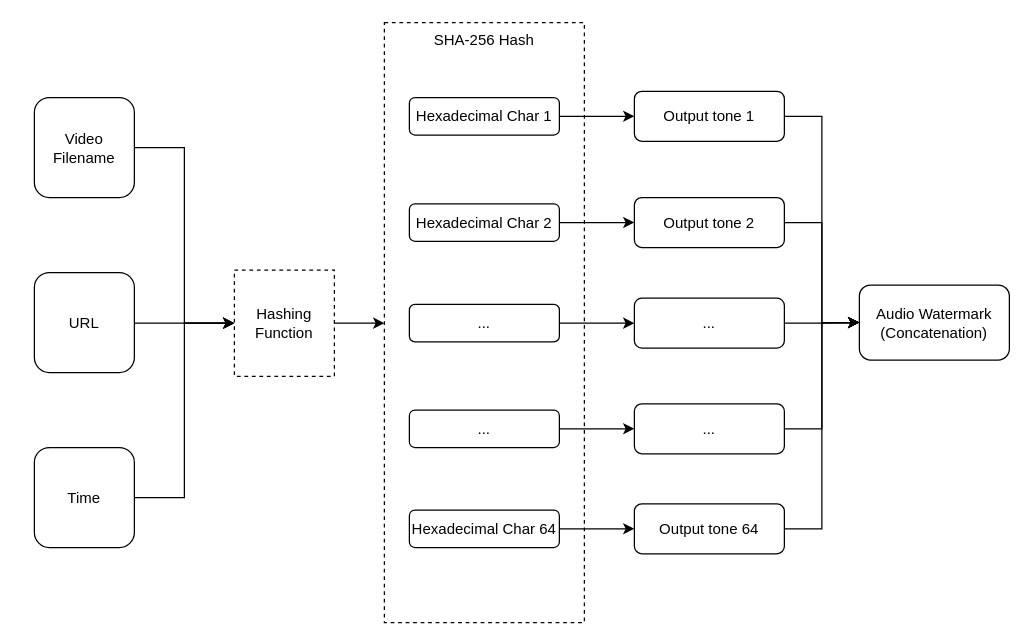
This is page "Page-3" (3 of 3) of Diagrams/Ultrasound generation algo.drawio from gerald-lnj/audio-fingerprinting-fyp, a draw.io file, before an edit. Source tidied: cells renumbered, new cells numbered last; positions are measured from the earlier drawing's top-left corner, leaving out a move shared by most shapes. Both pictures are drawn from the tidied source at 125%, with x=0, y=0 at pixel (34, 22).
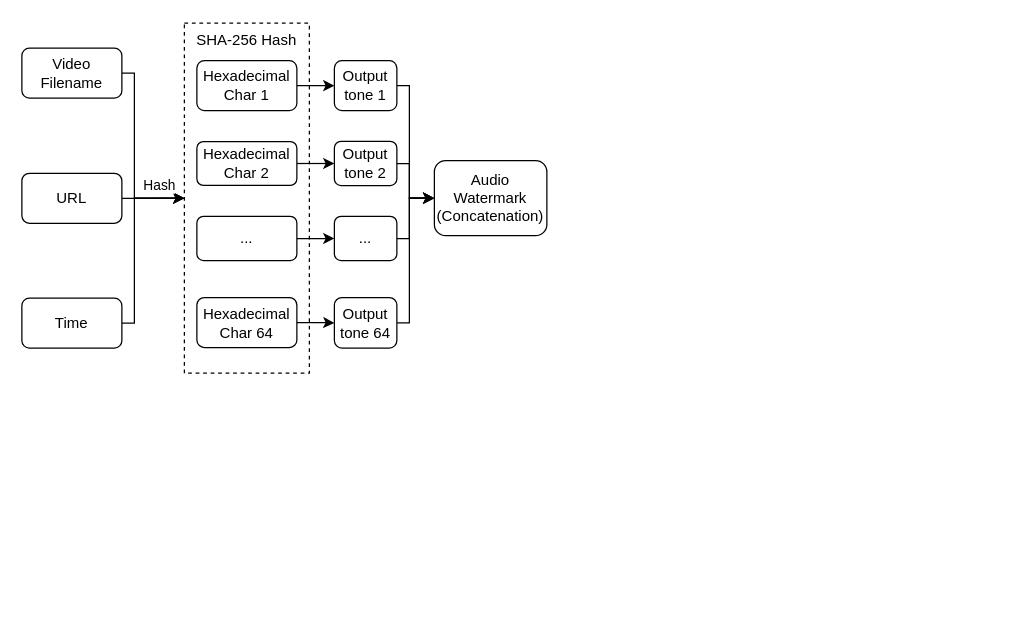
After the change.

The edit, as a diff of the source:
```diff
@@
     <mxCell id="2" value="SHA-256 Hash" style="rounded=0;whiteSpace=wrap;html=1;fontColor=#000000;verticalAlign=top;dashed=1;" parent="1" vertex="1">
-      <mxGeometry x="280" y="-0.5" width="160" height="480" as="geometry" />
+      <mxGeometry x="120" width="100" height="280" as="geometry" />
     </mxCell>
-    <mxCell id="3" style="edgeStyle=orthogonalEdgeStyle;rounded=0;jettySize=auto;html=1;labelBackgroundColor=none;fontColor=#000000;" parent="1" edge="1" source="4" target="6">
+    <mxCell id="3" style="edgeStyle=orthogonalEdgeStyle;rounded=0;jettySize=auto;html=1;entryX=0;entryY=0.5;entryDx=0;entryDy=0;" parent="1" edge="1" source="4" target="6">
       <mxGeometry relative="1" as="geometry" />
     </mxCell>
-    <mxCell id="4" value="Hexadecimal Char 1&lt;br&gt;" style="rounded=1;whiteSpace=wrap;html=1;" parent="1" vertex="1">
-      <mxGeometry x="300" y="59.5" width="120" height="30" as="geometry" />
+    <mxCell id="4" value="Hexadecimal&lt;br&gt;Char 1" style="rounded=1;whiteSpace=wrap;html=1;" parent="1" vertex="1">
+      <mxGeometry x="130" y="30" width="80" height="40" as="geometry" />
     </mxCell>
     <mxCell id="5" style="edgeStyle=orthogonalEdgeStyle;rounded=0;jettySize=auto;html=1;entryX=0;entryY=0.5;entryDx=0;entryDy=0;labelBackgroundColor=none;fontColor=#000000;" parent="1" edge="1" source="6" target="29">
-      <mxGeometry relative="1" as="geometry" />
+      <mxGeometry relative="1" as="geometry">
+        <Array as="points">
+          <mxPoint x="300" y="50" />
+          <mxPoint x="300" y="140" />
+        </Array>
+      </mxGeometry>
     </mxCell>
-    <mxCell id="6" value="Output tone 1" style="rounded=1;whiteSpace=wrap;html=1;" parent="1" vertex="1">
-      <mxGeometry x="480" y="54.5" width="120" height="40" as="geometry" />
+    <mxCell id="6" value="Output&lt;br&gt;tone 1" style="rounded=1;whiteSpace=wrap;html=1;" parent="1" vertex="1">
+      <mxGeometry x="240" y="30" width="50" height="40" as="geometry" />
     </mxCell>
-    <mxCell id="7" style="edgeStyle=orthogonalEdgeStyle;rounded=0;jettySize=auto;html=1;entryX=0;entryY=0.5;entryDx=0;entryDy=0;labelBackgroundColor=none;fontColor=#000000;" parent="1" edge="1" source="8" target="31">
-      <mxGeometry relative="1" as="geometry" />
-    </mxCell>
+    <mxCell id="32" style="edgeStyle=orthogonalEdgeStyle;rounded=0;jettySize=auto;html=1;entryX=0;entryY=0.5;entryDx=0;entryDy=0;" parent="1" edge="1" source="8" target="2">
+      <mxGeometry relative="1" as="geometry">
+        <Array as="points">
+          <mxPoint x="80" y="40" />
+          <mxPoint x="80" y="140" />
+        </Array>
+      </mxGeometry>
+    </mxCell>
     <mxCell id="8" value="Video Filename" style="rounded=1;whiteSpace=wrap;html=1;fontColor=#000000;" parent="1" vertex="1">
-      <mxGeometry y="59.5" width="80" height="80" as="geometry" />
+      <mxGeometry x="-10" y="20" width="80" height="40" as="geometry" />
     </mxCell>
-    <mxCell id="9" style="edgeStyle=orthogonalEdgeStyle;rounded=0;jettySize=auto;html=1;entryX=0;entryY=0.5;entryDx=0;entryDy=0;labelBackgroundColor=none;fontColor=#000000;" parent="1" edge="1" source="10" target="31">
-      <mxGeometry relative="1" as="geometry" />
-    </mxCell>
+    <mxCell id="33" style="edgeStyle=orthogonalEdgeStyle;rounded=0;jettySize=auto;html=1;entryX=0;entryY=0.5;entryDx=0;entryDy=0;" parent="1" edge="1" source="10" target="2">
+      <mxGeometry relative="1" as="geometry">
+        <Array as="points">
+          <mxPoint x="80" y="240" />
+          <mxPoint x="80" y="140" />
+        </Array>
+      </mxGeometry>
+    </mxCell>
     <mxCell id="10" value="Time" style="rounded=1;whiteSpace=wrap;html=1;fontColor=#000000;" parent="1" vertex="1">
-      <mxGeometry y="339.5" width="80" height="80" as="geometry" />
+      <mxGeometry x="-10" y="220" width="80" height="40" as="geometry" />
     </mxCell>
-    <mxCell id="11" style="edgeStyle=orthogonalEdgeStyle;rounded=0;jettySize=auto;html=1;entryX=0;entryY=0.5;entryDx=0;entryDy=0;labelBackgroundColor=none;fontColor=#000000;" parent="1" edge="1" source="12" target="31">
-      <mxGeometry relative="1" as="geometry">
-        <Array as="points">
-          <mxPoint x="120" y="240.5" />
-        </Array>
-      </mxGeometry>
-    </mxCell>
+    <mxCell id="34" value="Hash" style="edgeStyle=orthogonalEdgeStyle;rounded=0;jettySize=auto;html=1;entryX=0;entryY=0.5;entryDx=0;entryDy=0;" parent="1" edge="1" source="12" target="2">
+      <mxGeometry x="0.2" y="10" relative="1" as="geometry" />
+    </mxCell>
     <mxCell id="12" value="URL" style="rounded=1;whiteSpace=wrap;html=1;fontColor=#000000;" parent="1" vertex="1">
-      <mxGeometry y="199.5" width="80" height="80" as="geometry" />
+      <mxGeometry x="-10" y="120.1" width="80" height="40" as="geometry" />
     </mxCell>
@@
-    <mxCell id="14" value="Hexadecimal Char 2" style="rounded=1;whiteSpace=wrap;html=1;fontColor=#000000;" parent="1" vertex="1">
-      <mxGeometry x="300" y="144.5" width="120" height="30" as="geometry" />
+    <mxCell id="14" value="Hexadecimal&lt;br&gt;Char 2" style="rounded=1;whiteSpace=wrap;html=1;fontColor=#000000;" parent="1" vertex="1">
+      <mxGeometry x="130" y="94.8" width="80" height="35" as="geometry" />
     </mxCell>
@@
     <mxCell id="16" value="..." style="rounded=1;whiteSpace=wrap;html=1;fontColor=#000000;" parent="1" vertex="1">
-      <mxGeometry x="300" y="225" width="120" height="30" as="geometry" />
+      <mxGeometry x="130" y="154.5" width="80" height="35.5" as="geometry" />
     </mxCell>
-    <mxCell id="17" style="edgeStyle=orthogonalEdgeStyle;rounded=0;jettySize=auto;html=1;labelBackgroundColor=none;fontColor=#000000;" parent="1" edge="1" source="18" target="24">
-      <mxGeometry relative="1" as="geometry" />
-    </mxCell>
-    <mxCell id="18" value="..." style="rounded=1;whiteSpace=wrap;html=1;fontColor=#000000;" parent="1" vertex="1">
-      <mxGeometry x="300" y="309.5" width="120" height="30" as="geometry" />
-    </mxCell>
@@
-    <mxCell id="20" value="Hexadecimal Char 64" style="rounded=1;whiteSpace=wrap;html=1;fontColor=#000000;" parent="1" vertex="1">
-      <mxGeometry x="300" y="389.5" width="120" height="30" as="geometry" />
+    <mxCell id="20" value="Hexadecimal&lt;br&gt;Char 64" style="rounded=1;whiteSpace=wrap;html=1;fontColor=#000000;" parent="1" vertex="1">
+      <mxGeometry x="130" y="219.5" width="80" height="40" as="geometry" />
     </mxCell>
     <mxCell id="21" style="edgeStyle=orthogonalEdgeStyle;rounded=0;jettySize=auto;html=1;entryX=0;entryY=0.5;entryDx=0;entryDy=0;labelBackgroundColor=none;fontColor=#000000;" parent="1" edge="1" source="22" target="29">
-      <mxGeometry relative="1" as="geometry" />
+      <mxGeometry relative="1" as="geometry">
+        <Array as="points">
+          <mxPoint x="300" y="240" />
+          <mxPoint x="300" y="140" />
+        </Array>
+      </mxGeometry>
     </mxCell>
-    <mxCell id="22" value="Output tone 64" style="rounded=1;whiteSpace=wrap;html=1;" parent="1" vertex="1">
-      <mxGeometry x="480" y="384.5" width="120" height="40" as="geometry" />
+    <mxCell id="22" value="Output&lt;br&gt;tone 64" style="rounded=1;whiteSpace=wrap;html=1;" parent="1" vertex="1">
+      <mxGeometry x="240" y="219.5" width="50" height="40.5" as="geometry" />
     </mxCell>
-    <mxCell id="23" style="edgeStyle=orthogonalEdgeStyle;rounded=0;jettySize=auto;html=1;entryX=0;entryY=0.5;entryDx=0;entryDy=0;labelBackgroundColor=none;fontColor=#000000;" parent="1" edge="1" source="24" target="29">
-      <mxGeometry relative="1" as="geometry" />
-    </mxCell>
-    <mxCell id="24" value="..." style="rounded=1;whiteSpace=wrap;html=1;" parent="1" vertex="1">
-      <mxGeometry x="480" y="304.5" width="120" height="40" as="geometry" />
-    </mxCell>
     <mxCell id="25" style="edgeStyle=orthogonalEdgeStyle;rounded=0;jettySize=auto;html=1;entryX=0;entryY=0.5;entryDx=0;entryDy=0;labelBackgroundColor=none;fontColor=#000000;" parent="1" edge="1" source="26" target="29">
-      <mxGeometry relative="1" as="geometry" />
+      <mxGeometry relative="1" as="geometry">
+        <Array as="points">
+          <mxPoint x="300" y="172" />
+          <mxPoint x="300" y="140" />
+        </Array>
+      </mxGeometry>
     </mxCell>
     <mxCell id="26" value="..." style="rounded=1;whiteSpace=wrap;html=1;" parent="1" vertex="1">
-      <mxGeometry x="480" y="220" width="120" height="40" as="geometry" />
+      <mxGeometry x="240" y="154.5" width="50" height="35.5" as="geometry" />
     </mxCell>
     <mxCell id="27" style="edgeStyle=orthogonalEdgeStyle;rounded=0;jettySize=auto;html=1;entryX=0;entryY=0.5;entryDx=0;entryDy=0;labelBackgroundColor=none;fontColor=#000000;" parent="1" edge="1" source="28" target="29">
-      <mxGeometry relative="1" as="geometry" />
+      <mxGeometry relative="1" as="geometry">
+        <Array as="points">
+          <mxPoint x="300" y="112" />
+          <mxPoint x="300" y="140" />
+        </Array>
+      </mxGeometry>
     </mxCell>
-    <mxCell id="28" value="Output tone 2" style="rounded=1;whiteSpace=wrap;html=1;" parent="1" vertex="1">
-      <mxGeometry x="480" y="139.5" width="120" height="40" as="geometry" />
+    <mxCell id="28" value="Output&lt;br&gt;tone 2" style="rounded=1;whiteSpace=wrap;html=1;" parent="1" vertex="1">
+      <mxGeometry x="240" y="94.5" width="50" height="35.5" as="geometry" />
     </mxCell>
-    <mxCell id="29" value="Audio Watermark&lt;br&gt;(Concatenation)" style="rounded=1;whiteSpace=wrap;html=1;fontColor=#000000;" parent="1" vertex="1">
-      <mxGeometry x="660" y="209.5" width="120" height="60" as="geometry" />
+    <mxCell id="29" value="Audio&lt;br&gt;Watermark&lt;br&gt;(Concatenation)" style="rounded=1;whiteSpace=wrap;html=1;fontColor=#000000;" parent="1" vertex="1">
+      <mxGeometry x="320" y="110" width="90" height="60" as="geometry" />
     </mxCell>
-    <mxCell id="30" style="edgeStyle=orthogonalEdgeStyle;rounded=0;jettySize=auto;html=1;labelBackgroundColor=none;fontColor=#000000;" parent="1" edge="1" source="31" target="2">
-      <mxGeometry relative="1" as="geometry">
-        <Array as="points">
-          <mxPoint x="270" y="239.5" />
-          <mxPoint x="270" y="239.5" />
-        </Array>
-      </mxGeometry>
-    </mxCell>
-    <mxCell id="31" value="Hashing&lt;br&gt;Function" style="rounded=0;whiteSpace=wrap;html=1;fontColor=#000000;verticalAlign=middle;dashed=1;" parent="1" vertex="1">
-      <mxGeometry x="160" y="197.5" width="80" height="85" as="geometry" />
-    </mxCell>
```
